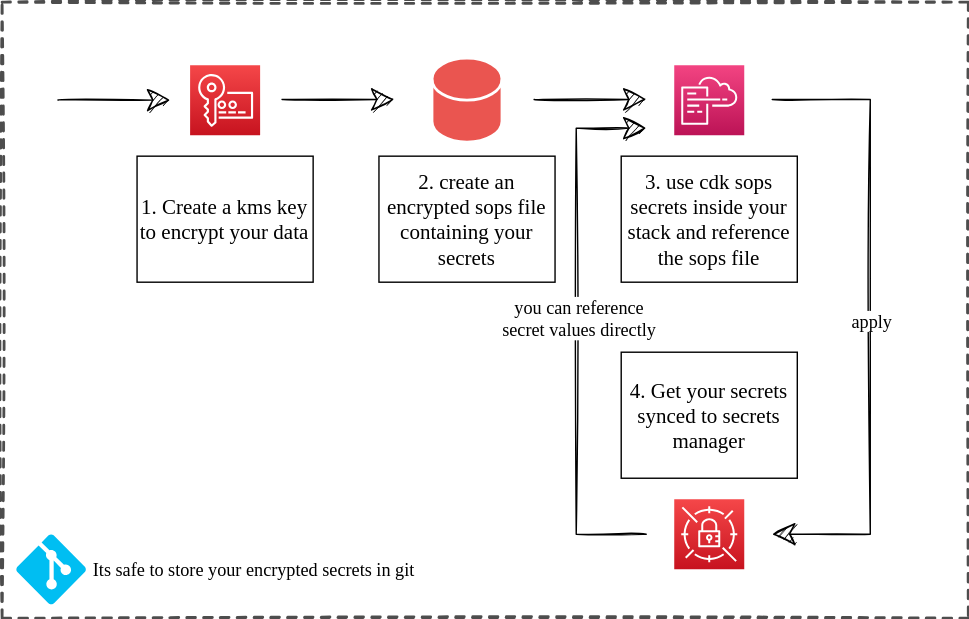
This is img/flow.drawio.svg from dbsystel/cdk-sops-secrets, a draw.io export, as it was before one commit. Source tidied: cells renumbered, new cells last; positions are measured from the earlier drawing's top-left corner, leaving out a move shared by most shapes.
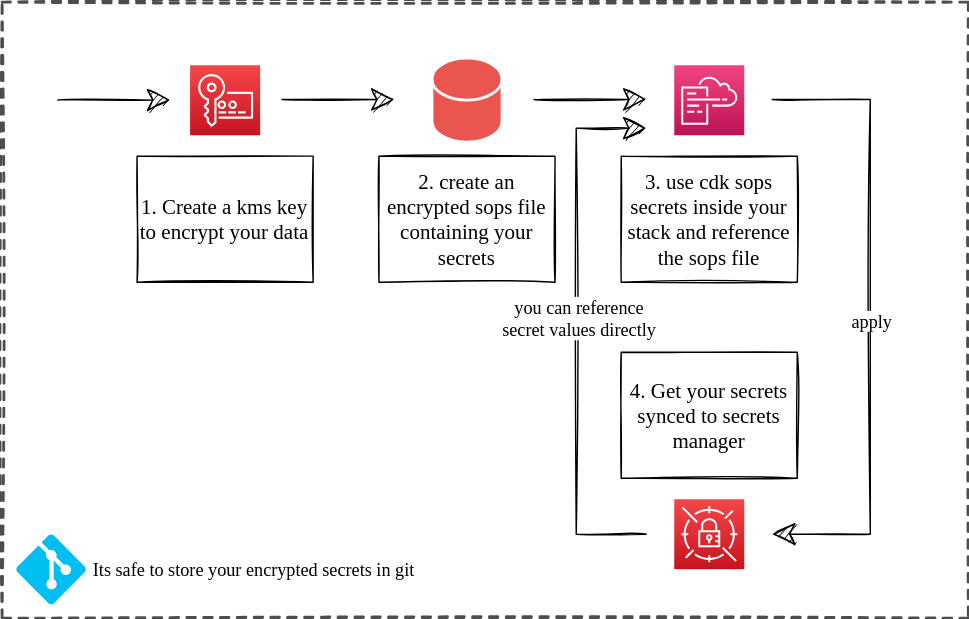
The same file after the commit.

Diff of the diagram source:
```diff
@@ -20,10 +20,10 @@
     <mxCell id="5" style="shape=cylinder3;whiteSpace=wrap;html=1;boundedLbl=1;backgroundOutline=1;size=15;sketch=0;hachureGap=4;fontFamily=Architects Daughter;fontSource=https%3A%2F%2Ffonts.googleapis.com%2Fcss%3Ffamily%3DArchitects%2BDaughter;fontSize=20;fillColor=#EA5550;strokeColor=#FFFFFF;strokeWidth=2;" parent="1" vertex="1">
       <mxGeometry x="307" y="40" width="50" height="60" as="geometry" />
     </mxCell>
-    <mxCell id="6" value="1. Create a kms key to encrypt your data" style="rounded=0;whiteSpace=wrap;html=1;sketch=0;hachureGap=4;fontFamily=Architects Daughter;fontSource=https%3A%2F%2Ffonts.googleapis.com%2Fcss%3Ffamily%3DArchitects%2BDaughter;fontSize=15;" parent="1" vertex="1">
+    <mxCell id="6" value="1. Create a kms key to encrypt your data" style="rounded=0;whiteSpace=wrap;html=1;sketch=1;hachureGap=4;fontFamily=Architects Daughter;fontSource=https%3A%2F%2Ffonts.googleapis.com%2Fcss%3Ffamily%3DArchitects%2BDaughter;fontSize=15;" parent="1" vertex="1">
       <mxGeometry x="96.4" y="110" width="125.8" height="90" as="geometry" />
     </mxCell>
-    <mxCell id="7" value="2. create an encrypted sops file containing your secrets" style="rounded=0;whiteSpace=wrap;html=1;sketch=0;hachureGap=4;fontFamily=Architects Daughter;fontSource=https%3A%2F%2Ffonts.googleapis.com%2Fcss%3Ffamily%3DArchitects%2BDaughter;fontSize=15;" parent="1" vertex="1">
+    <mxCell id="7" value="2. create an encrypted sops file containing your secrets" style="rounded=0;whiteSpace=wrap;html=1;sketch=1;hachureGap=4;fontFamily=Architects Daughter;fontSource=https%3A%2F%2Ffonts.googleapis.com%2Fcss%3Ffamily%3DArchitects%2BDaughter;fontSize=15;" parent="1" vertex="1">
       <mxGeometry x="269.1" y="110" width="125.8" height="90" as="geometry" />
     </mxCell>
     <mxCell id="8" style="endArrow=classic;html=1;rounded=0;sketch=1;hachureGap=4;fontFamily=Architects Daughter;fontSource=https%3A%2F%2Ffonts.googleapis.com%2Fcss%3Ffamily%3DArchitects%2BDaughter;fontSize=16;startSize=14;endSize=14;sourcePerimeterSpacing=8;targetPerimeterSpacing=8;edgeStyle=orthogonalEdgeStyle;" parent="1" edge="1">
@@ -47,10 +47,10 @@
     <mxCell id="11" style="sketch=0;fontColor=#232F3E;gradientColor=#F54749;gradientDirection=north;fillColor=#C7131F;strokeColor=#ffffff;dashed=0;verticalLabelPosition=bottom;verticalAlign=top;align=center;html=1;fontSize=12;fontStyle=0;shape=mxgraph.aws4.resourceIcon;resIcon=mxgraph.aws4.secrets_manager;hachureGap=4;fontFamily=Architects Daughter;fontSource=https%3A%2F%2Ffonts.googleapis.com%2Fcss%3Ffamily%3DArchitects%2BDaughter;" parent="1" vertex="1">
       <mxGeometry x="480" y="355" width="50" height="50" as="geometry" />
     </mxCell>
-    <mxCell id="12" value="3. use cdk sops secrets inside your stack and reference the sops file" style="rounded=0;whiteSpace=wrap;html=1;sketch=0;hachureGap=4;fontFamily=Architects Daughter;fontSource=https%3A%2F%2Ffonts.googleapis.com%2Fcss%3Ffamily%3DArchitects%2BDaughter;fontSize=15;" parent="1" vertex="1">
+    <mxCell id="12" value="3. use cdk sops secrets inside your stack and reference the sops file" style="rounded=0;whiteSpace=wrap;html=1;sketch=1;hachureGap=4;fontFamily=Architects Daughter;fontSource=https%3A%2F%2Ffonts.googleapis.com%2Fcss%3Ffamily%3DArchitects%2BDaughter;fontSize=15;" parent="1" vertex="1">
       <mxGeometry x="442.1" y="110" width="125.8" height="90" as="geometry" />
     </mxCell>
-    <mxCell id="13" value="4. Get your secrets synced to secrets manager" style="rounded=0;whiteSpace=wrap;html=1;sketch=0;hachureGap=4;fontFamily=Architects Daughter;fontSource=https%3A%2F%2Ffonts.googleapis.com%2Fcss%3Ffamily%3DArchitects%2BDaughter;fontSize=15;" parent="1" vertex="1">
+    <mxCell id="13" value="4. Get your secrets synced to secrets manager" style="rounded=0;whiteSpace=wrap;html=1;sketch=1;hachureGap=4;fontFamily=Architects Daughter;fontSource=https%3A%2F%2Ffonts.googleapis.com%2Fcss%3Ffamily%3DArchitects%2BDaughter;fontSize=15;" parent="1" vertex="1">
       <mxGeometry x="442.1" y="250" width="125.8" height="90" as="geometry" />
     </mxCell>
     <mxCell id="14" style="endArrow=classic;html=1;rounded=0;sketch=1;hachureGap=4;fontFamily=Architects Daughter;fontSource=https%3A%2F%2Ffonts.googleapis.com%2Fcss%3Ffamily%3DArchitects%2BDaughter;fontSize=16;startSize=14;endSize=14;sourcePerimeterSpacing=8;targetPerimeterSpacing=8;edgeStyle=orthogonalEdgeStyle;" parent="1" edge="1">
```
